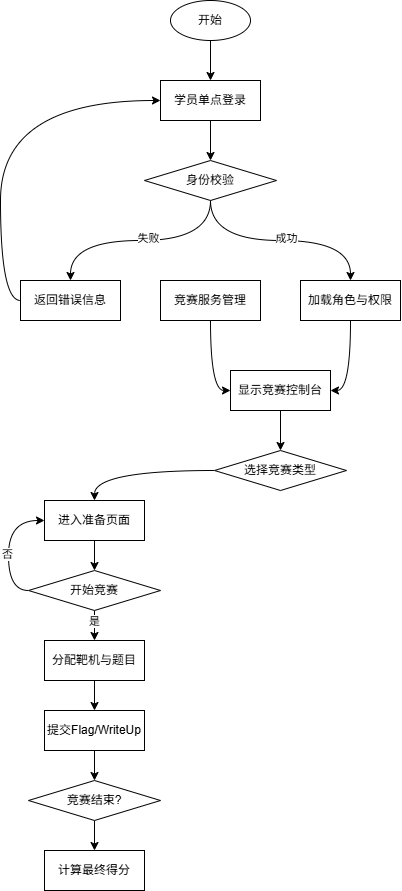
BlueTeethAC/drowIOWarehouse keeps this draw.io diagram as 竞赛一体化平台系统信息流程图.png. Above is the earlier version. Source tidied: cells renumbered, new cells last; positions are measured from the earlier drawing's top-left corner, leaving out a move shared by most shapes.
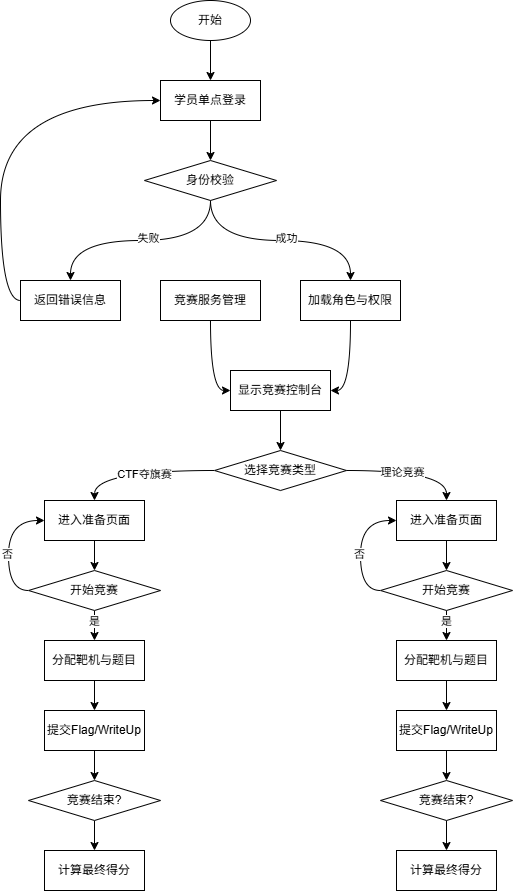
Later version of the same file.

Commit message:
更新竞赛一体化平台系统信息流程图.png

The edit, as a diff of the source:
```diff
@@ -56,6 +56,15 @@
     <mxCell id="19" style="edgeStyle=orthogonalEdgeStyle;curved=1;rounded=0;jettySize=auto;html=1;exitX=0;exitY=0.5;exitDx=0;exitDy=0;" parent="1" edge="1" source="20" target="22">
       <mxGeometry relative="1" as="geometry" />
     </mxCell>
+    <mxCell id="35" value="CTF夺旗赛" style="edgeLabel;html=1;align=center;verticalAlign=middle;" parent="19" vertex="1">
+      <mxGeometry x="-0.06" y="4" relative="1" as="geometry" />
+    </mxCell>
+    <mxCell id="36" style="edgeStyle=orthogonalEdgeStyle;curved=1;rounded=0;jettySize=auto;html=1;exitX=1;exitY=0.5;exitDx=0;exitDy=0;entryX=0.5;entryY=0;entryDx=0;entryDy=0;" parent="1" edge="1" source="20" target="39">
+      <mxGeometry relative="1" as="geometry" />
+    </mxCell>
+    <mxCell id="37" value="理论竞赛" style="edgeLabel;html=1;align=center;verticalAlign=middle;" parent="36" vertex="1">
+      <mxGeometry x="-0.14" y="-2" relative="1" as="geometry" />
+    </mxCell>
     <mxCell id="20" value="选择竞赛类型" style="rhombus;whiteSpace=wrap;html=1;" parent="1" vertex="1">
       <mxGeometry x="194" y="450" width="132" height="40" as="geometry" />
     </mxCell>
@@ -101,5 +110,47 @@
     <mxCell id="34" value="计算最终得分" style="rounded=0;whiteSpace=wrap;html=1;" parent="1" vertex="1">
       <mxGeometry x="24" y="850" width="100" height="40" as="geometry" />
     </mxCell>
+    <mxCell id="38" style="edgeStyle=orthogonalEdgeStyle;curved=1;rounded=0;jettySize=auto;html=1;exitX=0.5;exitY=1;exitDx=0;exitDy=0;entryX=0.5;entryY=0;entryDx=0;entryDy=0;" parent="1" edge="1" source="39" target="44">
+      <mxGeometry relative="1" as="geometry" />
+    </mxCell>
+    <mxCell id="39" value="进入准备页面" style="rounded=0;whiteSpace=wrap;html=1;" parent="1" vertex="1">
+      <mxGeometry x="376" y="500" width="100" height="40" as="geometry" />
+    </mxCell>
+    <mxCell id="40" style="edgeStyle=orthogonalEdgeStyle;curved=1;rounded=0;jettySize=auto;html=1;exitX=0.5;exitY=1;exitDx=0;exitDy=0;entryX=0.5;entryY=0;entryDx=0;entryDy=0;" parent="1" edge="1" source="44" target="46">
+      <mxGeometry relative="1" as="geometry" />
+    </mxCell>
+    <mxCell id="41" value="是" style="edgeLabel;html=1;align=center;verticalAlign=middle;" parent="40" vertex="1">
+      <mxGeometry x="-0.3" relative="1" as="geometry" />
+    </mxCell>
+    <mxCell id="42" style="edgeStyle=orthogonalEdgeStyle;curved=1;rounded=0;jettySize=auto;html=1;exitX=0;exitY=0.5;exitDx=0;exitDy=0;entryX=0;entryY=0.5;entryDx=0;entryDy=0;" parent="1" edge="1" source="44" target="39">
+      <mxGeometry relative="1" as="geometry" />
+    </mxCell>
+    <mxCell id="43" value="否" style="edgeLabel;html=1;align=center;verticalAlign=middle;" parent="42" vertex="1">
+      <mxGeometry x="-0.11" y="1" relative="1" as="geometry" />
+    </mxCell>
+    <mxCell id="44" value="开始竞赛" style="rhombus;whiteSpace=wrap;html=1;" parent="1" vertex="1">
+      <mxGeometry x="360" y="570" width="132" height="40" as="geometry" />
+    </mxCell>
+    <mxCell id="45" style="edgeStyle=orthogonalEdgeStyle;curved=1;rounded=0;jettySize=auto;html=1;exitX=0.5;exitY=1;exitDx=0;exitDy=0;" parent="1" edge="1" source="46" target="48">
+      <mxGeometry relative="1" as="geometry" />
+    </mxCell>
+    <mxCell id="46" value="分配靶机与题目" style="rounded=0;whiteSpace=wrap;html=1;" parent="1" vertex="1">
+      <mxGeometry x="376" y="640" width="100" height="40" as="geometry" />
+    </mxCell>
+    <mxCell id="47" style="edgeStyle=orthogonalEdgeStyle;curved=1;rounded=0;jettySize=auto;html=1;exitX=0.5;exitY=1;exitDx=0;exitDy=0;entryX=0.5;entryY=0;entryDx=0;entryDy=0;" parent="1" edge="1" source="48" target="50">
+      <mxGeometry relative="1" as="geometry" />
+    </mxCell>
+    <mxCell id="48" value="提交Flag/WriteUp" style="rounded=0;whiteSpace=wrap;html=1;" parent="1" vertex="1">
+      <mxGeometry x="376" y="710" width="100" height="40" as="geometry" />
+    </mxCell>
+    <mxCell id="49" style="edgeStyle=orthogonalEdgeStyle;curved=1;rounded=0;jettySize=auto;html=1;exitX=0.5;exitY=1;exitDx=0;exitDy=0;entryX=0.5;entryY=0;entryDx=0;entryDy=0;" parent="1" edge="1" source="50" target="51">
+      <mxGeometry relative="1" as="geometry" />
+    </mxCell>
+    <mxCell id="50" value="竞赛结束?" style="rhombus;whiteSpace=wrap;html=1;" parent="1" vertex="1">
+      <mxGeometry x="360" y="780" width="132" height="40" as="geometry" />
+    </mxCell>
+    <mxCell id="51" value="计算最终得分" style="rounded=0;whiteSpace=wrap;html=1;" parent="1" vertex="1">
+      <mxGeometry x="376" y="850" width="100" height="40" as="geometry" />
+    </mxCell>
   </root>
 </mxGraphModel>
```
